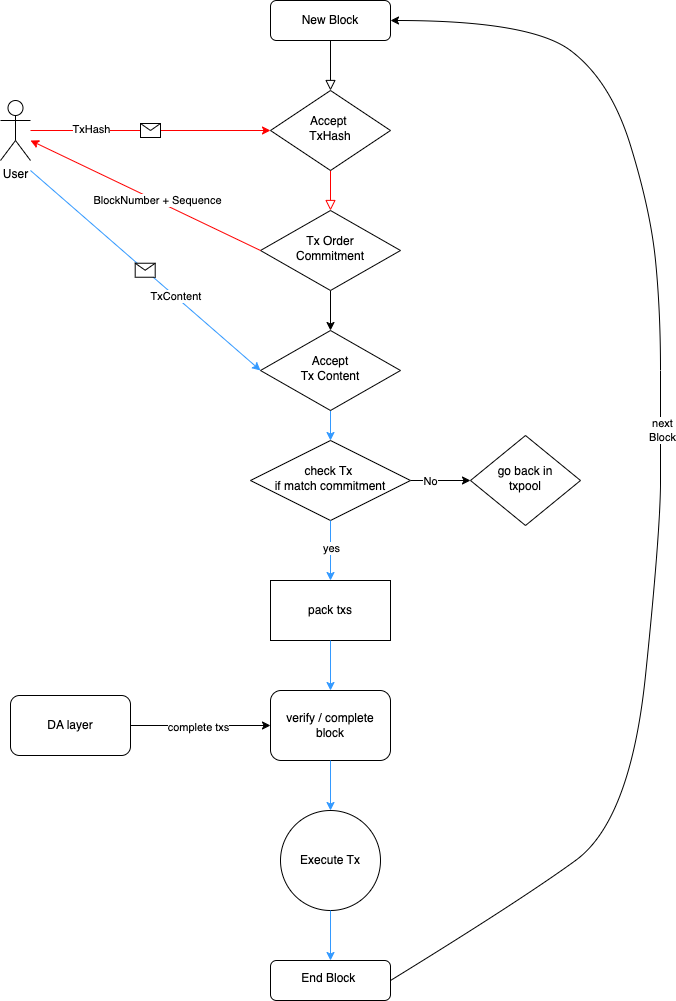
This is MEVless/docs/mevless.png from yu-org/nine-tripods, a draw.io export, as it was before one commit. Source tidied: cells renumbered, new cells last; positions are measured from the earlier drawing's top-left corner, leaving out a move shared by most shapes.
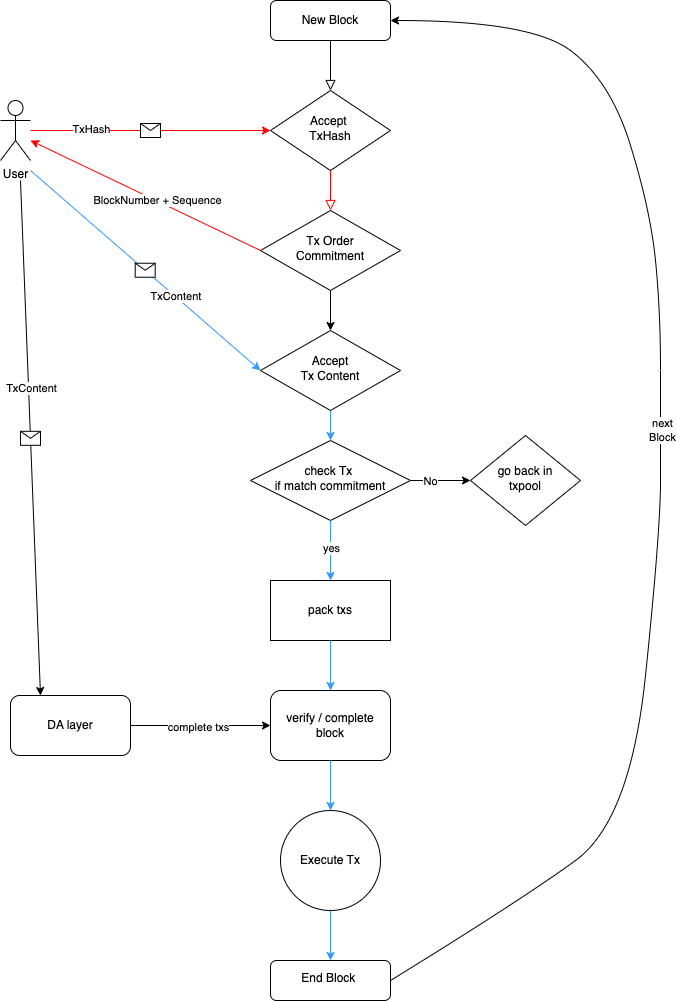
Above is the later version.

Change to the diagram source:
```diff
@@ -132,5 +132,18 @@
     <mxCell id="36" value="complete txs" style="edgeLabel;html=1;align=center;verticalAlign=middle;" parent="35" vertex="1">
       <mxGeometry x="-0.04" y="-1" relative="1" as="geometry" />
     </mxCell>
+    <mxCell id="37" style="endArrow=classic;html=1;rounded=0;entryX=0.25;entryY=0;entryDx=0;entryDy=0;" parent="1" edge="1" target="34">
+      <mxGeometry relative="1" as="geometry">
+        <mxPoint x="20" y="180" as="sourcePoint" />
+      </mxGeometry>
+    </mxCell>
+    <mxCell id="38" style="shape=message;html=1;" parent="37" vertex="1">
+      <mxGeometry width="20" height="14" relative="1" as="geometry">
+        <mxPoint x="-10" y="-7" as="offset" />
+      </mxGeometry>
+    </mxCell>
+    <mxCell id="39" value="TxContent" style="edgeLabel;html=1;align=center;verticalAlign=middle;" parent="37" vertex="1">
+      <mxGeometry x="-0.19" y="2" relative="1" as="geometry" />
+    </mxCell>
   </root>
 </mxGraphModel>
```
